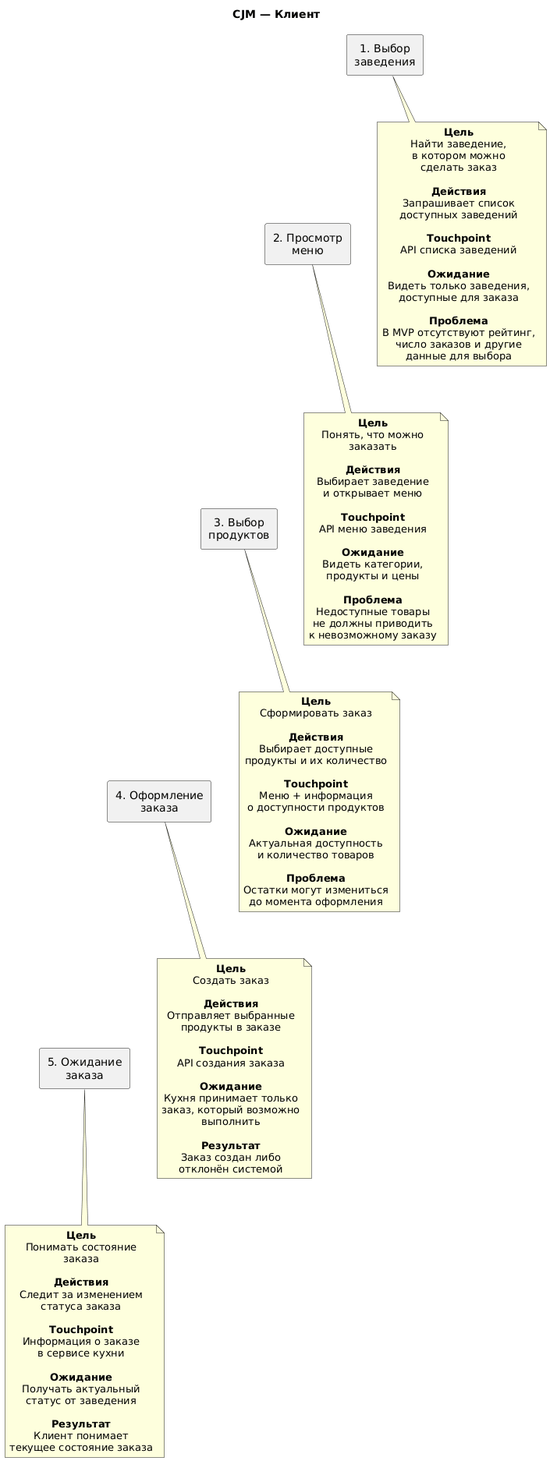
Above: docs/imgs/client-cjm.png in Tyulenb/Restaurant-Aggregator (PlantUML), before the change.
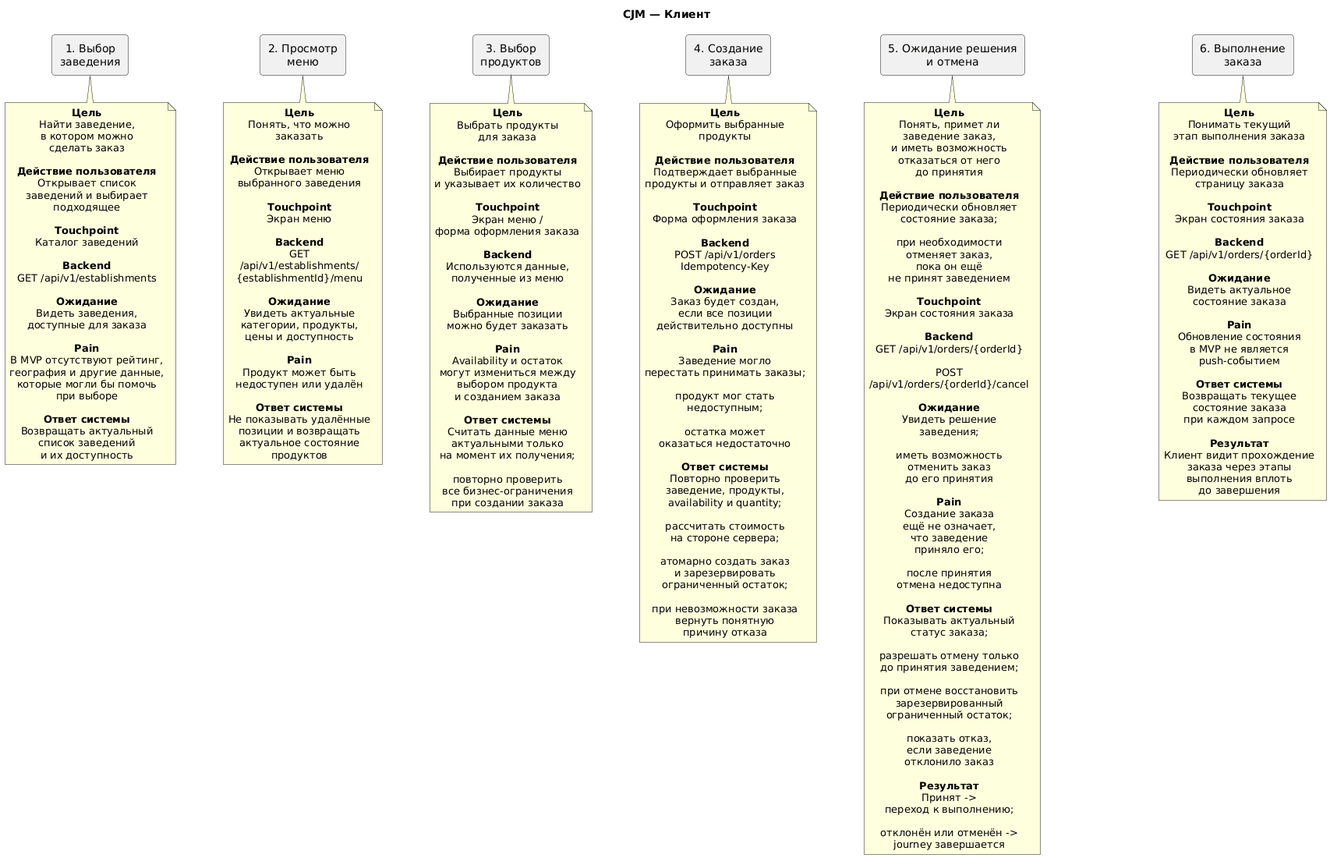
The same diagram one commit later.

What changed in the source:
```diff
@@ -1,19 +1,26 @@
 @startuml
 title CJM — Клиент
 
+left to right direction
+
 skinparam shadowing false
 skinparam defaultTextAlignment center
+skinparam rectangle {
+    RoundCorner 8
+}
 
 rectangle "1. Выбор\nзаведения" as S1
 rectangle "2. Просмотр\nменю" as S2
 rectangle "3. Выбор\nпродуктов" as S3
-rectangle "4. Оформление\nзаказа" as S4
-rectangle "5. Ожидание\nзаказа" as S5
+rectangle "4. Создание\nзаказа" as S4
+rectangle "5. Ожидание решения\nи отмена" as S5
+rectangle "6. Выполнение\nзаказа" as S6
 
-S1 -[hidden]-> S2
-S2 -[hidden]-> S3
-S3 -[hidden]-> S4
-S4 -[hidden]-> S5
+S1 -[hidden]- S2
+S2 -[hidden]- S3
+S3 -[hidden]- S4
+S4 -[hidden]- S5
+S5 -[hidden]- S6 : заказ принят
 
 note bottom of S1
 **Цель**
@@ -21,106 +28,255 @@
 в котором можно
 сделать заказ
 
-**Действия**
-Запрашивает список
-доступных заведений
+**Действие пользователя**
+Открывает список
+заведений и выбирает
+подходящее
 
 **Touchpoint**
-API списка заведений
+Каталог заведений
+
+**Backend**
+GET /api/v1/establishments
 
 **Ожидание**
-Видеть только заведения,
+Видеть заведения,
 доступные для заказа
 
-**Проблема**
+**Pain**
 В MVP отсутствуют рейтинг,
-число заказов и другие
-данные для выбора
+география и другие данные,
+которые могли бы помочь
+при выборе
+
+**Ответ системы**
+Возвращать актуальный
+список заведений
+и их доступность
 end note
+
 
 note bottom of S2
 **Цель**
 Понять, что можно
 заказать
 
-**Действия**
-Выбирает заведение
-и открывает меню
+**Действие пользователя**
+Открывает меню
+выбранного заведения
 
 **Touchpoint**
-API меню заведения
+Экран меню
+
+**Backend**
+GET
+/api/v1/establishments/
+{establishmentId}/menu
 
 **Ожидание**
-Видеть категории,
-продукты и цены
+Увидеть актуальные
+категории, продукты,
+цены и доступность
 
-**Проблема**
-Недоступные товары
-не должны приводить
-к невозможному заказу
+**Pain**
+Продукт может быть
+недоступен или удалён
+
+**Ответ системы**
+Не показывать удалённые
+позиции и возвращать
+актуальное состояние
+продуктов
 end note
+
 
 note bottom of S3
 **Цель**
-Сформировать заказ
+Выбрать продукты
+для заказа
 
-**Действия**
-Выбирает доступные
-продукты и их количество
+**Действие пользователя**
+Выбирает продукты
+и указывает их количество
 
 **Touchpoint**
-Меню + информация
-о доступности продуктов
+Экран меню /
+форма оформления заказа
+
+**Backend**
+Используются данные,
+полученные из меню
 
 **Ожидание**
-Актуальная доступность
-и количество товаров
+Выбранные позиции
+можно будет заказать
 
-**Проблема**
-Остатки могут измениться
-до момента оформления
+**Pain**
+Availability и остаток
+могут измениться между
+выбором продукта
+и созданием заказа
+
+**Ответ системы**
+Считать данные меню
+актуальными только
+на момент их получения;
+
+повторно проверить
+все бизнес-ограничения
+при создании заказа
 end note
+
 
 note bottom of S4
 **Цель**
-Создать заказ
+Оформить выбранные
+продукты
 
-**Действия**
-Отправляет выбранные
-продукты в заказе
+**Действие пользователя**
+Подтверждает выбранные
+продукты и отправляет заказ
 
 **Touchpoint**
-API создания заказа
+Форма оформления заказа
+
+**Backend**
+POST /api/v1/orders
+Idempotency-Key
 
 **Ожидание**
-Кухня принимает только
-заказ, который возможно
-выполнить
+Заказ будет создан,
+если все позиции
+действительно доступны
 
-**Результат**
-Заказ создан либо
-отклонён системой
+**Pain**
+Заведение могло
+перестать принимать заказы;
+
+продукт мог стать
+недоступным;
+
+остатка может
+оказаться недостаточно
+
+**Ответ системы**
+Повторно проверить
+заведение, продукты,
+availability и quantity;
+
+рассчитать стоимость
+на стороне сервера;
+
+атомарно создать заказ
+и зарезервировать
+ограниченный остаток;
+
+при невозможности заказа
+вернуть понятную
+причину отказа
 end note
+
 
 note bottom of S5
 **Цель**
-Понимать состояние
-заказа
+Понять, примет ли
+заведение заказ,
+и иметь возможность
+отказаться от него
+до принятия
 
-**Действия**
-Следит за изменением
-статуса заказа
+**Действие пользователя**
+Периодически обновляет
+состояние заказа;
+
+при необходимости
+отменяет заказ,
+пока он ещё
+не принят заведением
 
 **Touchpoint**
-Информация о заказе
-в сервисе кухни
+Экран состояния заказа
+
+**Backend**
+GET /api/v1/orders/{orderId}
+
+POST
+/api/v1/orders/{orderId}/cancel
 
 **Ожидание**
-Получать актуальный
-статус от заведения
+Увидеть решение
+заведения;
+
+иметь возможность
+отменить заказ
+до его принятия
+
+**Pain**
+Создание заказа
+ещё не означает,
+что заведение
+приняло его;
+
+после принятия
+отмена недоступна
+
+**Ответ системы**
+Показывать актуальный
+статус заказа;
+
+разрешать отмену только
+до принятия заведением;
+
+при отмене восстановить
+зарезервированный
+ограниченный остаток;
+
+показать отказ,
+если заведение
+отклонило заказ
 
 **Результат**
-Клиент понимает
-текущее состояние заказа
+Принят ->
+переход к выполнению;
+
+отклонён или отменён ->
+journey завершается
+end note
+
+
+note bottom of S6
+**Цель**
+Понимать текущий
+этап выполнения заказа
+
+**Действие пользователя**
+Периодически обновляет
+страницу заказа
+
+**Touchpoint**
+Экран состояния заказа
+
+**Backend**
+GET /api/v1/orders/{orderId}
+
+**Ожидание**
+Видеть актуальное
+состояние заказа
+
+**Pain**
+Обновление состояния
+в MVP не является
+push-событием
+
+**Ответ системы**
+Возвращать текущее
+состояние заказа
+при каждом запросе
+
+**Результат**
+Клиент видит прохождение
+заказа через этапы
+выполнения вплоть
+до завершения
 end note
 @enduml
```
